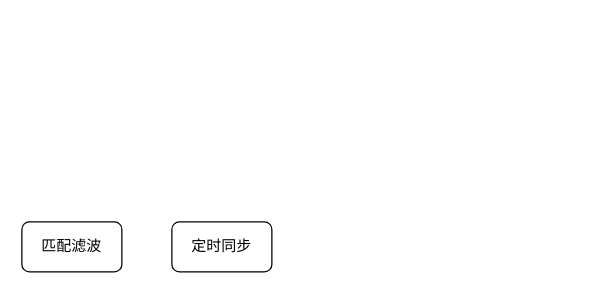
Above: img/未命名绘图.drawio in Thesis7/satellite-burst-signal-demodulation-system-lab (draw.io), before the change. Source tidied: cells renumbered, new cells numbered last; positions are measured from the earlier drawing's top-left corner, leaving out a move shared by most shapes. Both pictures are drawn from the tidied source at 125%, with x=0, y=0 at pixel (21, 221).
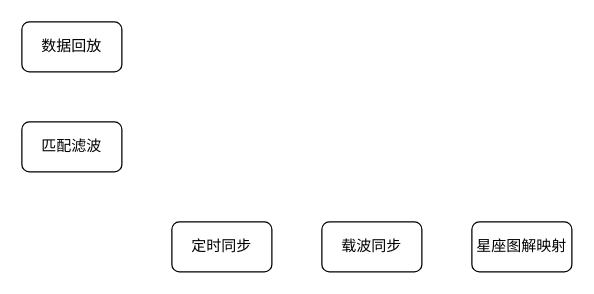
The same page after the edit.

Commit message (it also covers changes not shown here):
更新未命名绘图.drawio

What changed in the source:
```diff
@@
 <mxGraphModel>
   <root>
     <mxCell id="0" />
     <mxCell id="1" parent="0" />
     <mxCell id="2" value="匹配滤波" style="rounded=1;whiteSpace=wrap;html=1;" parent="1" vertex="1">
-      <mxGeometry width="80" height="40" as="geometry" />
+      <mxGeometry y="-80" width="80" height="40" as="geometry" />
     </mxCell>
     <mxCell id="3" value="定时同步" style="rounded=1;whiteSpace=wrap;html=1;" parent="1" vertex="1">
       <mxGeometry x="120" width="80" height="40" as="geometry" />
     </mxCell>
+    <mxCell id="4" value="载波同步" style="rounded=1;whiteSpace=wrap;html=1;" parent="1" vertex="1">
+      <mxGeometry x="240" width="80" height="40" as="geometry" />
+    </mxCell>
+    <mxCell id="5" value="星座图解映射" style="rounded=1;whiteSpace=wrap;html=1;" parent="1" vertex="1">
+      <mxGeometry x="360" width="80" height="40" as="geometry" />
+    </mxCell>
+    <mxCell id="6" value="数据回放" style="rounded=1;whiteSpace=wrap;html=1;" parent="1" vertex="1">
+      <mxGeometry y="-160" width="80" height="40" as="geometry" />
+    </mxCell>
   </root>
 </mxGraphModel>
```
